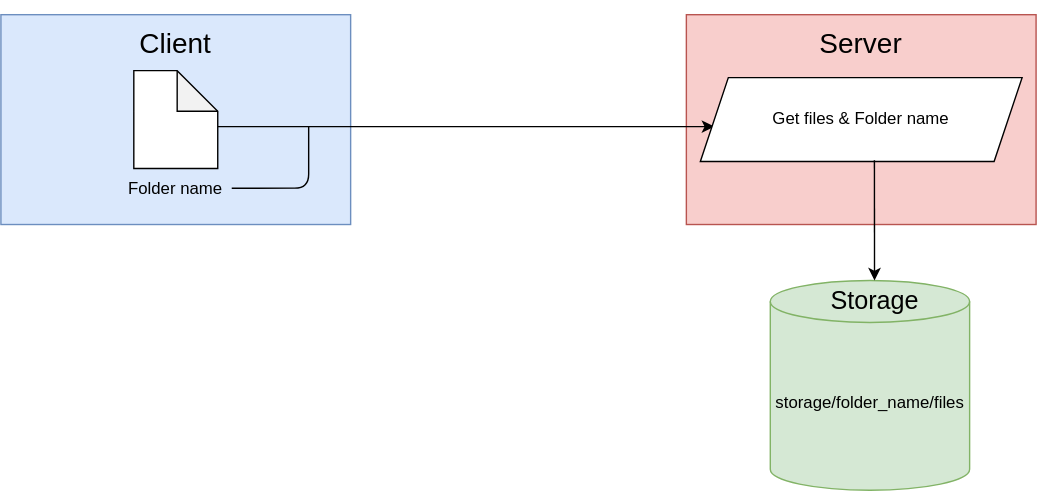
Before: docs/flow.svg, a diagram exported from draw.io (Dodkes/easy-cloud-storage). Source tidied: cells renumbered, new cells last; positions are measured from the earlier drawing's top-left corner, leaving out a move shared by most shapes.
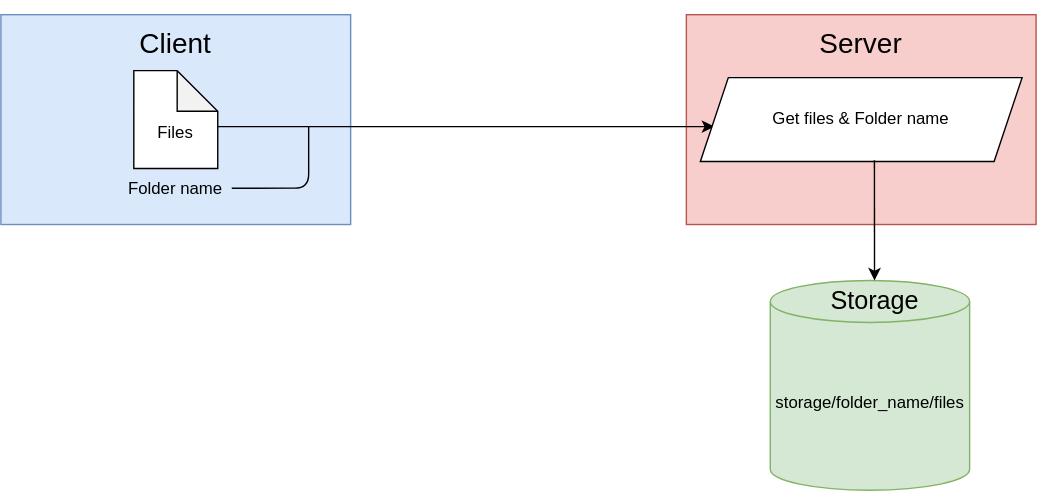
Above is the later version.

Commit message:
update flow chart

Change to the diagram source:
```diff
@@ -49,5 +49,8 @@
         <mxPoint x="624.5" y="200" as="targetPoint" />
       </mxGeometry>
     </mxCell>
+    <mxCell id="14" value="Files" style="text;strokeColor=none;align=center;fillColor=none;html=1;verticalAlign=middle;whiteSpace=wrap;rounded=0;" parent="1" vertex="1">
+      <mxGeometry x="85" y="80" width="80" height="30" as="geometry" />
+    </mxCell>
   </root>
 </mxGraphModel>
```
